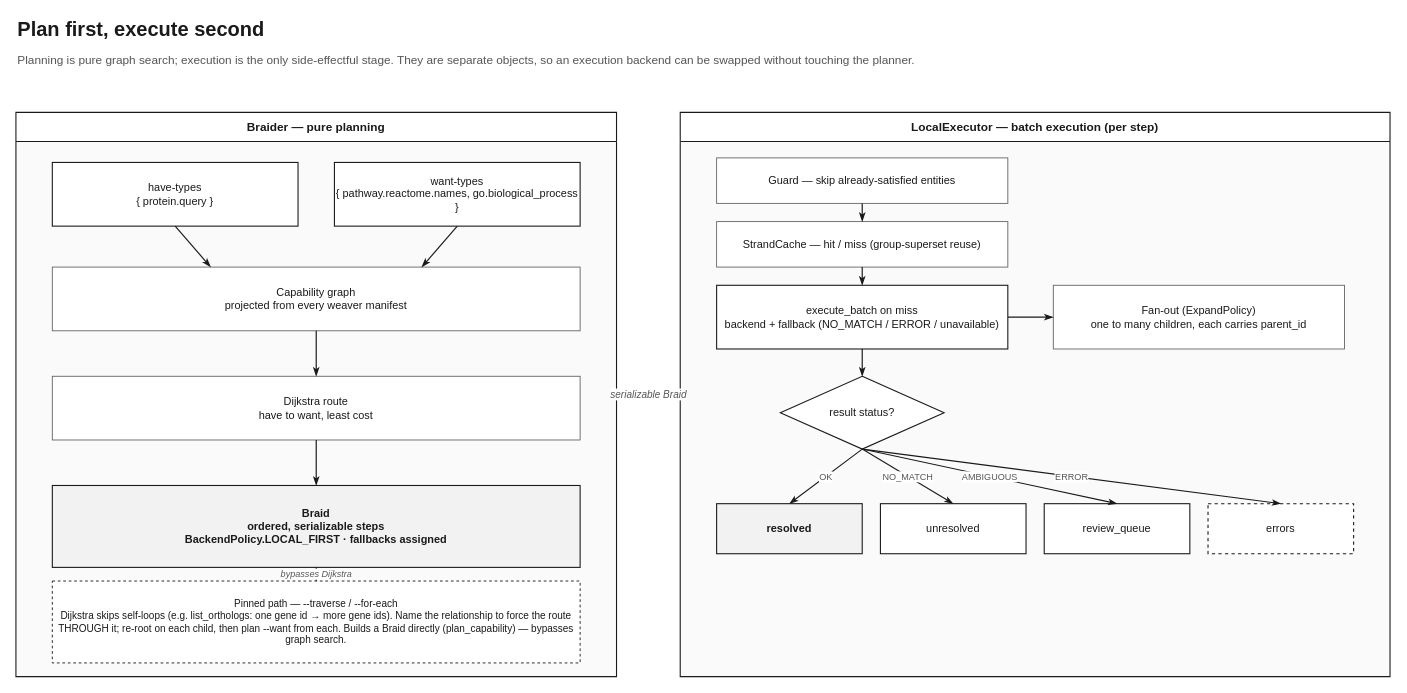
This is page "Plan and execute" (4 of 6) of docs/diagrams/braidworks_portfolio_diagrams.drawio from rafaelmdc/braidworks, a draw.io file, before an edit. Source tidied: cells renumbered, new cells numbered last; positions are measured from the earlier drawing's top-left corner, leaving out a move shared by most shapes. Both pictures are drawn from the tidied source at 91%, with x=0, y=0 at pixel (15, 15).
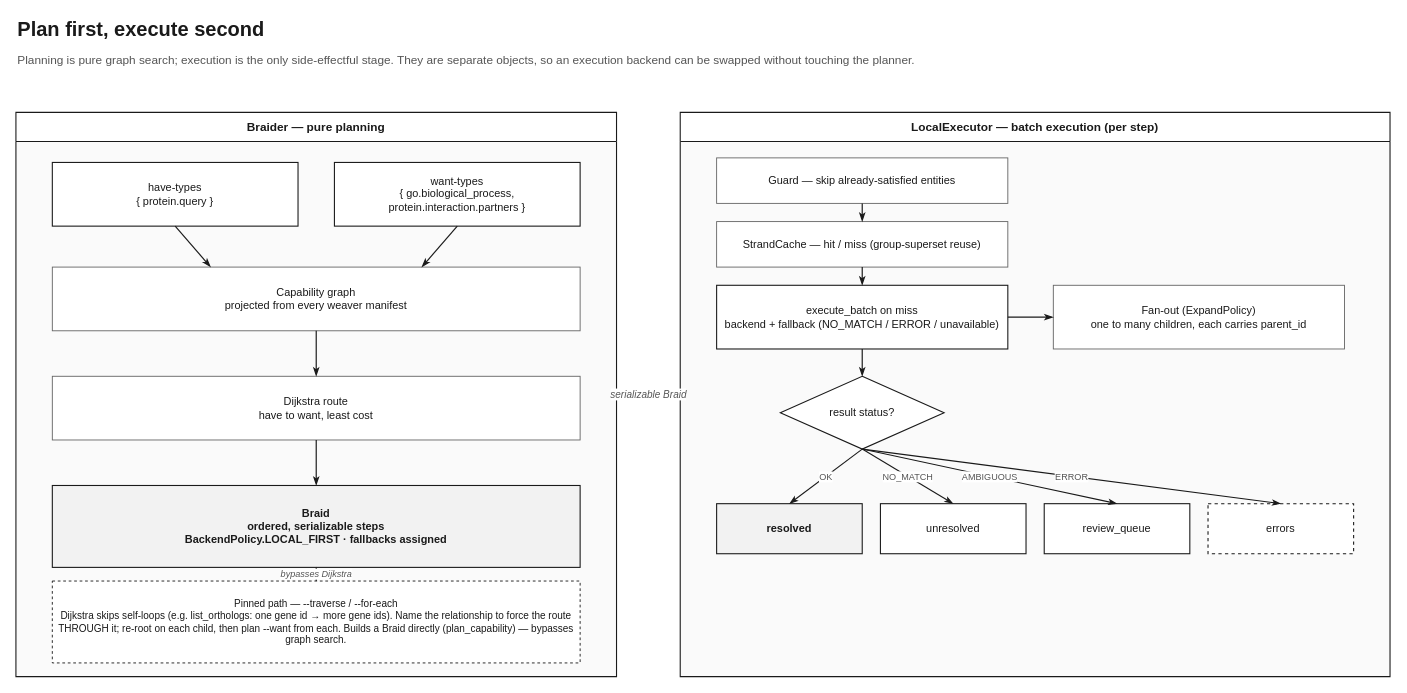
The same page after the edit.

The change refers to these unchanged cells:
```xml
<mxCell id="4" value="Braider — pure planning" style="swimlane;whiteSpace=wrap;html=1;startSize=32;rounded=0;fillColor=#FFFFFF;strokeColor=#1A1A1A;fontColor=#1A1A1A;fontSize=13;fontStyle=1;fontFamily=Helvetica;strokeWidth=1.2;swimlaneFillColor=#FAFAFA;" parent="1" vertex="1">
  <mxGeometry y="106" width="660" height="620" as="geometry" />
</mxCell>
```

The edit, as a diff of the source:
```diff
@@
-    <mxCell id="6" value="want-types&#10;{ pathway.reactome.names, go.biological_process }" style="rounded=0;whiteSpace=wrap;html=1;fillColor=#FFFFFF;strokeColor=#1A1A1A;fontColor=#1A1A1A;fontSize=12;fontFamily=Helvetica;strokeWidth=1.2;" parent="4" vertex="1">
+    <mxCell id="6" value="want-types&#10;{ go.biological_process, protein.interaction.partners }" style="rounded=0;whiteSpace=wrap;html=1;fillColor=#FFFFFF;strokeColor=#1A1A1A;fontColor=#1A1A1A;fontSize=12;fontFamily=Helvetica;strokeWidth=1.2;" parent="4" vertex="1">
       <mxGeometry x="350" y="55" width="270" height="70" as="geometry" />
     </mxCell>
```
